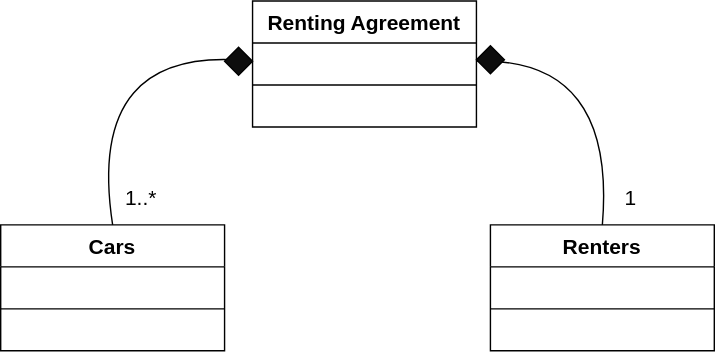
The draw.io diagram UML-Class-Diagram- Car Renting.svg in treeindev/uml-diagrams, before a commit. Source tidied: cells renumbered, new cells last; positions are measured from the earlier drawing's top-left corner, leaving out a move shared by most shapes. Source of this version:
```xml
<mxGraphModel>
  <root>
    <mxCell id="0" />
    <mxCell id="1" parent="0" />
    <mxCell id="2" value="Cars" style="swimlane;fontStyle=1;align=center;verticalAlign=top;horizontal=1;startSize=30;hachureGap=4;fontSize=15;" parent="1" vertex="1">
      <mxGeometry y="160" width="160" height="90" as="geometry" />
    </mxCell>
    <mxCell id="3" value=" " style="text;strokeColor=none;fillColor=none;align=left;verticalAlign=top;spacingLeft=4;spacingRight=4;overflow=hidden;points=[[0,0.5],[1,0.5]];portConstraint=eastwest;" parent="2" vertex="1">
      <mxGeometry y="30" width="160" height="26" as="geometry" />
    </mxCell>
    <mxCell id="4" style="line;strokeWidth=1;fillColor=none;align=left;verticalAlign=middle;spacingTop=-1;spacingLeft=3;spacingRight=3;labelPosition=right;" parent="2" vertex="1">
      <mxGeometry y="56" width="160" height="8" as="geometry" />
    </mxCell>
    <mxCell id="5" value=" " style="text;strokeColor=none;fillColor=none;align=left;verticalAlign=top;spacingLeft=4;spacingRight=4;overflow=hidden;" parent="2" vertex="1">
      <mxGeometry y="64" width="160" height="26" as="geometry" />
    </mxCell>
    <mxCell id="6" value="Renters" style="swimlane;fontStyle=1;align=center;verticalAlign=top;horizontal=1;startSize=30;hachureGap=4;fontSize=15;" parent="1" vertex="1">
      <mxGeometry x="350" y="160" width="160" height="90" as="geometry" />
    </mxCell>
    <mxCell id="7" value=" " style="text;strokeColor=none;fillColor=none;align=left;verticalAlign=top;spacingLeft=4;spacingRight=4;overflow=hidden;points=[[0,0.5],[1,0.5]];portConstraint=eastwest;" parent="6" vertex="1">
      <mxGeometry y="30" width="160" height="26" as="geometry" />
    </mxCell>
    <mxCell id="8" style="line;strokeWidth=1;fillColor=none;align=left;verticalAlign=middle;spacingTop=-1;spacingLeft=3;spacingRight=3;labelPosition=right;" parent="6" vertex="1">
      <mxGeometry y="56" width="160" height="8" as="geometry" />
    </mxCell>
    <mxCell id="9" value=" " style="text;strokeColor=none;fillColor=none;align=left;verticalAlign=top;spacingLeft=4;spacingRight=4;overflow=hidden;" parent="6" vertex="1">
      <mxGeometry y="64" width="160" height="26" as="geometry" />
    </mxCell>
    <mxCell id="10" style="edgeStyle=none;jettySize=auto;html=1;entryX=0.5;entryY=0;entryDx=0;entryDy=0;fontSize=15;endArrow=none;startSize=14;endSize=14;sourcePerimeterSpacing=8;targetPerimeterSpacing=8;curved=1;endFill=0;exitX=1;exitY=0.5;exitDx=0;exitDy=0;" parent="1" edge="1" source="12" target="6">
      <mxGeometry relative="1" as="geometry">
        <Array as="points">
          <mxPoint x="440" y="40" />
        </Array>
      </mxGeometry>
    </mxCell>
    <mxCell id="11" value="Renting Agreement" style="swimlane;fontStyle=1;align=center;verticalAlign=top;horizontal=1;startSize=30;hachureGap=4;fontSize=15;" parent="1" vertex="1">
      <mxGeometry x="180" width="160" height="90" as="geometry" />
    </mxCell>
    <mxCell id="12" value=" " style="text;strokeColor=none;fillColor=none;align=left;verticalAlign=top;spacingLeft=4;spacingRight=4;overflow=hidden;points=[[0,0.5],[1,0.5]];portConstraint=eastwest;" parent="11" vertex="1">
      <mxGeometry y="30" width="160" height="26" as="geometry" />
    </mxCell>
    <mxCell id="13" style="line;strokeWidth=1;fillColor=none;align=left;verticalAlign=middle;spacingTop=-1;spacingLeft=3;spacingRight=3;labelPosition=right;" parent="11" vertex="1">
      <mxGeometry y="56" width="160" height="8" as="geometry" />
    </mxCell>
    <mxCell id="14" value=" " style="text;strokeColor=none;fillColor=none;align=left;verticalAlign=top;spacingLeft=4;spacingRight=4;overflow=hidden;" parent="11" vertex="1">
      <mxGeometry y="64" width="160" height="26" as="geometry" />
    </mxCell>
    <mxCell id="15" style="edgeStyle=none;curved=1;jettySize=auto;html=1;entryX=0.5;entryY=0;entryDx=0;entryDy=0;fontSize=15;endArrow=none;endFill=0;startSize=14;endSize=14;sourcePerimeterSpacing=8;targetPerimeterSpacing=8;exitX=0;exitY=0.5;exitDx=0;exitDy=0;" parent="1" edge="1" source="12" target="2">
      <mxGeometry relative="1" as="geometry">
        <Array as="points">
          <mxPoint x="60" y="30" />
        </Array>
      </mxGeometry>
    </mxCell>
    <mxCell id="16" value="1" style="text;html=1;align=center;verticalAlign=middle;strokeColor=none;fillColor=none;fontSize=15;" parent="1" vertex="1">
      <mxGeometry x="440" y="130" width="20" height="20" as="geometry" />
    </mxCell>
    <mxCell id="17" style="rhombus;whiteSpace=wrap;html=1;hachureGap=4;fontSize=15;fillColor=#0D0D0D;" parent="1" vertex="1">
      <mxGeometry x="340" y="32" width="20" height="20" as="geometry" />
    </mxCell>
    <mxCell id="18" style="rhombus;whiteSpace=wrap;html=1;hachureGap=4;fontSize=15;fillColor=#0D0D0D;" parent="1" vertex="1">
      <mxGeometry x="160" y="33" width="20" height="20" as="geometry" />
    </mxCell>
    <mxCell id="19" value="1..*" style="text;html=1;align=center;verticalAlign=middle;strokeColor=none;fillColor=none;fontSize=15;" parent="1" vertex="1">
      <mxGeometry x="80" y="130" width="40" height="20" as="geometry" />
    </mxCell>
  </root>
</mxGraphModel>
```
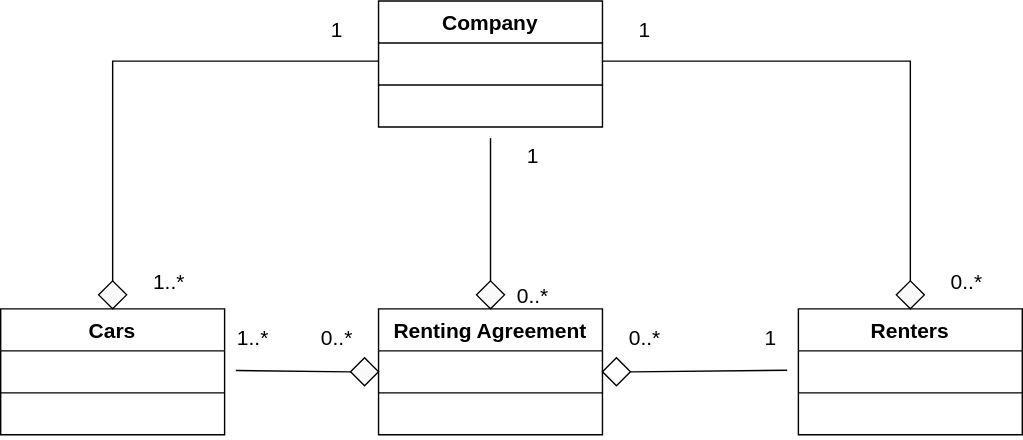
After the change.

Diff of the diagram source:
```diff
@@ -3,7 +3,7 @@
     <mxCell id="0" />
     <mxCell id="1" parent="0" />
     <mxCell id="2" value="Cars" style="swimlane;fontStyle=1;align=center;verticalAlign=top;horizontal=1;startSize=30;hachureGap=4;fontSize=15;" parent="1" vertex="1">
-      <mxGeometry y="160" width="160" height="90" as="geometry" />
+      <mxGeometry x="-90" y="200" width="160" height="90" as="geometry" />
     </mxCell>
     <mxCell id="3" value=" " style="text;strokeColor=none;fillColor=none;align=left;verticalAlign=top;spacingLeft=4;spacingRight=4;overflow=hidden;points=[[0,0.5],[1,0.5]];portConstraint=eastwest;" parent="2" vertex="1">
       <mxGeometry y="30" width="160" height="26" as="geometry" />
@@ -15,7 +15,7 @@
       <mxGeometry y="64" width="160" height="26" as="geometry" />
     </mxCell>
     <mxCell id="6" value="Renters" style="swimlane;fontStyle=1;align=center;verticalAlign=top;horizontal=1;startSize=30;hachureGap=4;fontSize=15;" parent="1" vertex="1">
-      <mxGeometry x="350" y="160" width="160" height="90" as="geometry" />
+      <mxGeometry x="480" y="200" width="160" height="90" as="geometry" />
     </mxCell>
     <mxCell id="7" value=" " style="text;strokeColor=none;fillColor=none;align=left;verticalAlign=top;spacingLeft=4;spacingRight=4;overflow=hidden;points=[[0,0.5],[1,0.5]];portConstraint=eastwest;" parent="6" vertex="1">
       <mxGeometry y="30" width="160" height="26" as="geometry" />
@@ -26,15 +26,8 @@
     <mxCell id="9" value=" " style="text;strokeColor=none;fillColor=none;align=left;verticalAlign=top;spacingLeft=4;spacingRight=4;overflow=hidden;" parent="6" vertex="1">
       <mxGeometry y="64" width="160" height="26" as="geometry" />
     </mxCell>
-    <mxCell id="10" style="edgeStyle=none;jettySize=auto;html=1;entryX=0.5;entryY=0;entryDx=0;entryDy=0;fontSize=15;endArrow=none;startSize=14;endSize=14;sourcePerimeterSpacing=8;targetPerimeterSpacing=8;curved=1;endFill=0;exitX=1;exitY=0.5;exitDx=0;exitDy=0;" parent="1" edge="1" source="12" target="6">
-      <mxGeometry relative="1" as="geometry">
-        <Array as="points">
-          <mxPoint x="440" y="40" />
-        </Array>
-      </mxGeometry>
-    </mxCell>
     <mxCell id="11" value="Renting Agreement" style="swimlane;fontStyle=1;align=center;verticalAlign=top;horizontal=1;startSize=30;hachureGap=4;fontSize=15;" parent="1" vertex="1">
-      <mxGeometry x="180" width="160" height="90" as="geometry" />
+      <mxGeometry x="180" y="200" width="160" height="90" as="geometry" />
     </mxCell>
     <mxCell id="12" value=" " style="text;strokeColor=none;fillColor=none;align=left;verticalAlign=top;spacingLeft=4;spacingRight=4;overflow=hidden;points=[[0,0.5],[1,0.5]];portConstraint=eastwest;" parent="11" vertex="1">
       <mxGeometry y="30" width="160" height="26" as="geometry" />
@@ -45,24 +38,85 @@
     <mxCell id="14" value=" " style="text;strokeColor=none;fillColor=none;align=left;verticalAlign=top;spacingLeft=4;spacingRight=4;overflow=hidden;" parent="11" vertex="1">
       <mxGeometry y="64" width="160" height="26" as="geometry" />
     </mxCell>
-    <mxCell id="15" style="edgeStyle=none;curved=1;jettySize=auto;html=1;entryX=0.5;entryY=0;entryDx=0;entryDy=0;fontSize=15;endArrow=none;endFill=0;startSize=14;endSize=14;sourcePerimeterSpacing=8;targetPerimeterSpacing=8;exitX=0;exitY=0.5;exitDx=0;exitDy=0;" parent="1" edge="1" source="12" target="2">
-      <mxGeometry relative="1" as="geometry">
-        <Array as="points">
-          <mxPoint x="60" y="30" />
-        </Array>
-      </mxGeometry>
-    </mxCell>
     <mxCell id="16" value="1" style="text;html=1;align=center;verticalAlign=middle;strokeColor=none;fillColor=none;fontSize=15;" parent="1" vertex="1">
-      <mxGeometry x="440" y="130" width="20" height="20" as="geometry" />
+      <mxGeometry x="450" y="210" width="20" height="20" as="geometry" />
     </mxCell>
-    <mxCell id="17" style="rhombus;whiteSpace=wrap;html=1;hachureGap=4;fontSize=15;fillColor=#0D0D0D;" parent="1" vertex="1">
-      <mxGeometry x="340" y="32" width="20" height="20" as="geometry" />
+    <mxCell id="17" style="rhombus;whiteSpace=wrap;html=1;hachureGap=4;fontSize=15;fillColor=#FFFFFF;" parent="1" vertex="1">
+      <mxGeometry x="340" y="235" width="20" height="20" as="geometry" />
     </mxCell>
-    <mxCell id="18" style="rhombus;whiteSpace=wrap;html=1;hachureGap=4;fontSize=15;fillColor=#0D0D0D;" parent="1" vertex="1">
-      <mxGeometry x="160" y="33" width="20" height="20" as="geometry" />
+    <mxCell id="18" style="rhombus;whiteSpace=wrap;html=1;hachureGap=4;fontSize=15;fillColor=#FAFAFA;" parent="1" vertex="1">
+      <mxGeometry x="160" y="235" width="20" height="20" as="geometry" />
     </mxCell>
     <mxCell id="19" value="1..*" style="text;html=1;align=center;verticalAlign=middle;strokeColor=none;fillColor=none;fontSize=15;" parent="1" vertex="1">
-      <mxGeometry x="80" y="130" width="40" height="20" as="geometry" />
+      <mxGeometry x="70" y="210" width="40" height="20" as="geometry" />
     </mxCell>
+    <mxCell id="20" style="edgeStyle=none;curved=1;jettySize=auto;html=1;entryX=1;entryY=0.5;entryDx=0;entryDy=0;fontSize=15;endArrow=none;endFill=0;startSize=14;endSize=14;sourcePerimeterSpacing=8;targetPerimeterSpacing=8;" parent="1" edge="1" source="7" target="17">
+      <mxGeometry relative="1" as="geometry" />
+    </mxCell>
+    <mxCell id="21" style="edgeStyle=none;curved=1;jettySize=auto;html=1;entryX=0;entryY=0.5;entryDx=0;entryDy=0;fontSize=15;endArrow=none;endFill=0;startSize=14;endSize=14;sourcePerimeterSpacing=8;targetPerimeterSpacing=8;" parent="1" edge="1" source="3" target="18">
+      <mxGeometry relative="1" as="geometry" />
+    </mxCell>
+    <mxCell id="22" style="edgeStyle=none;rounded=0;jettySize=auto;html=1;entryX=0.5;entryY=0;entryDx=0;entryDy=0;fontSize=15;endArrow=none;endFill=0;startSize=14;endSize=14;sourcePerimeterSpacing=8;targetPerimeterSpacing=8;" parent="1" edge="1" source="23" target="11">
+      <mxGeometry relative="1" as="geometry" />
+    </mxCell>
+    <mxCell id="23" value="Company" style="swimlane;fontStyle=1;align=center;verticalAlign=top;horizontal=1;startSize=30;hachureGap=4;fontSize=15;" parent="1" vertex="1">
+      <mxGeometry x="180" y="-20" width="160" height="90" as="geometry" />
+    </mxCell>
+    <mxCell id="24" value=" " style="text;strokeColor=none;fillColor=none;align=left;verticalAlign=top;spacingLeft=4;spacingRight=4;overflow=hidden;points=[[0,0.5],[1,0.5]];portConstraint=eastwest;" parent="23" vertex="1">
+      <mxGeometry y="30" width="160" height="26" as="geometry" />
+    </mxCell>
+    <mxCell id="25" style="line;strokeWidth=1;fillColor=none;align=left;verticalAlign=middle;spacingTop=-1;spacingLeft=3;spacingRight=3;labelPosition=right;" parent="23" vertex="1">
+      <mxGeometry y="56" width="160" height="8" as="geometry" />
+    </mxCell>
+    <mxCell id="26" value=" " style="text;strokeColor=none;fillColor=none;align=left;verticalAlign=top;spacingLeft=4;spacingRight=4;overflow=hidden;" parent="23" vertex="1">
+      <mxGeometry y="64" width="160" height="26" as="geometry" />
+    </mxCell>
+    <mxCell id="27" style="edgeStyle=none;jettySize=auto;html=1;entryX=0.5;entryY=0;entryDx=0;entryDy=0;fontSize=15;endArrow=none;endFill=0;startSize=14;endSize=14;sourcePerimeterSpacing=8;targetPerimeterSpacing=8;exitX=0;exitY=0.5;exitDx=0;exitDy=0;rounded=0;" parent="1" edge="1" source="24" target="2">
+      <mxGeometry relative="1" as="geometry">
+        <Array as="points">
+          <mxPoint x="-10" y="23" />
+        </Array>
+      </mxGeometry>
+    </mxCell>
+    <mxCell id="28" style="edgeStyle=none;jettySize=auto;html=1;entryX=0.5;entryY=0;entryDx=0;entryDy=0;fontSize=15;endArrow=none;endFill=0;startSize=14;endSize=14;sourcePerimeterSpacing=8;targetPerimeterSpacing=8;rounded=0;exitX=1;exitY=0.5;exitDx=0;exitDy=0;" parent="1" edge="1" source="24" target="6">
+      <mxGeometry relative="1" as="geometry">
+        <Array as="points">
+          <mxPoint x="560" y="23" />
+        </Array>
+      </mxGeometry>
+    </mxCell>
+    <mxCell id="29" style="rhombus;whiteSpace=wrap;html=1;hachureGap=4;fontSize=15;fillColor=#FAFAFA;" parent="1" vertex="1">
+      <mxGeometry x="-20" y="180" width="20" height="20" as="geometry" />
+    </mxCell>
+    <mxCell id="30" style="rhombus;whiteSpace=wrap;html=1;hachureGap=4;fontSize=15;fillColor=#FAFAFA;" parent="1" vertex="1">
+      <mxGeometry x="550" y="180" width="20" height="20" as="geometry" />
+    </mxCell>
+    <mxCell id="31" value="1" style="text;html=1;align=center;verticalAlign=middle;strokeColor=none;fillColor=none;fontSize=15;" parent="1" vertex="1">
+      <mxGeometry x="140" y="-10" width="20" height="20" as="geometry" />
+    </mxCell>
+    <mxCell id="32" value="1" style="text;html=1;align=center;verticalAlign=middle;strokeColor=none;fillColor=none;fontSize=15;" parent="1" vertex="1">
+      <mxGeometry x="360" y="-10" width="20" height="20" as="geometry" />
+    </mxCell>
+    <mxCell id="33" value="1" style="text;html=1;align=center;verticalAlign=middle;strokeColor=none;fillColor=none;fontSize=15;" parent="1" vertex="1">
+      <mxGeometry x="280" y="80" width="20" height="20" as="geometry" />
+    </mxCell>
+    <mxCell id="34" style="rhombus;whiteSpace=wrap;html=1;hachureGap=4;fontSize=15;fillColor=#FAFAFA;" parent="1" vertex="1">
+      <mxGeometry x="250" y="180" width="20" height="20" as="geometry" />
+    </mxCell>
+    <mxCell id="35" value="0..*" style="text;html=1;align=center;verticalAlign=middle;strokeColor=none;fillColor=none;fontSize=15;" parent="1" vertex="1">
+      <mxGeometry x="580" y="170" width="40" height="20" as="geometry" />
+    </mxCell>
+    <mxCell id="36" value="1..*" style="text;html=1;align=center;verticalAlign=middle;strokeColor=none;fillColor=none;fontSize=15;" parent="1" vertex="1">
+      <mxGeometry x="10" y="170" width="40" height="20" as="geometry" />
+    </mxCell>
+    <mxCell id="37" value="0..*" style="text;html=1;align=center;verticalAlign=middle;strokeColor=none;fillColor=none;fontSize=15;" parent="1" vertex="1">
+      <mxGeometry x="130" y="210" width="40" height="20" as="geometry" />
+    </mxCell>
+    <mxCell id="38" value="0..*" style="text;html=1;align=center;verticalAlign=middle;strokeColor=none;fillColor=none;fontSize=15;" parent="1" vertex="1">
+      <mxGeometry x="350" y="210" width="40" height="20" as="geometry" />
+    </mxCell>
+    <mxCell id="39" value="0..*" style="text;html=1;align=center;verticalAlign=middle;strokeColor=none;fillColor=none;fontSize=15;" parent="1" vertex="1">
+      <mxGeometry x="270" y="180" width="40" height="20" as="geometry" />
+    </mxCell>
   </root>
 </mxGraphModel>
```
